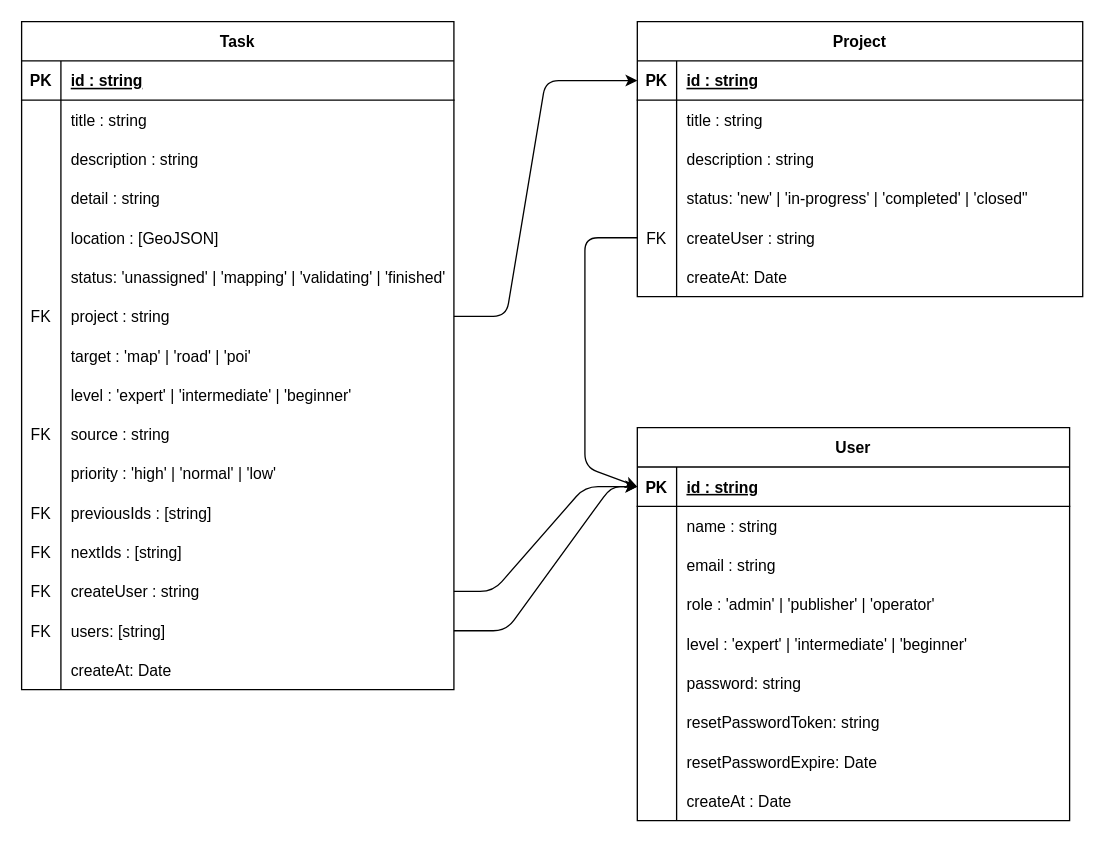
Before: doc/db-design.drawio in shomrkm/map-masking-manager, a draw.io diagram. Source tidied: cells renumbered, new cells numbered last; positions are measured from the earlier drawing's top-left corner, leaving out a move shared by most shapes. Both pictures are drawn from the tidied source at 131%, with x=0, y=0 at pixel (21, 21).
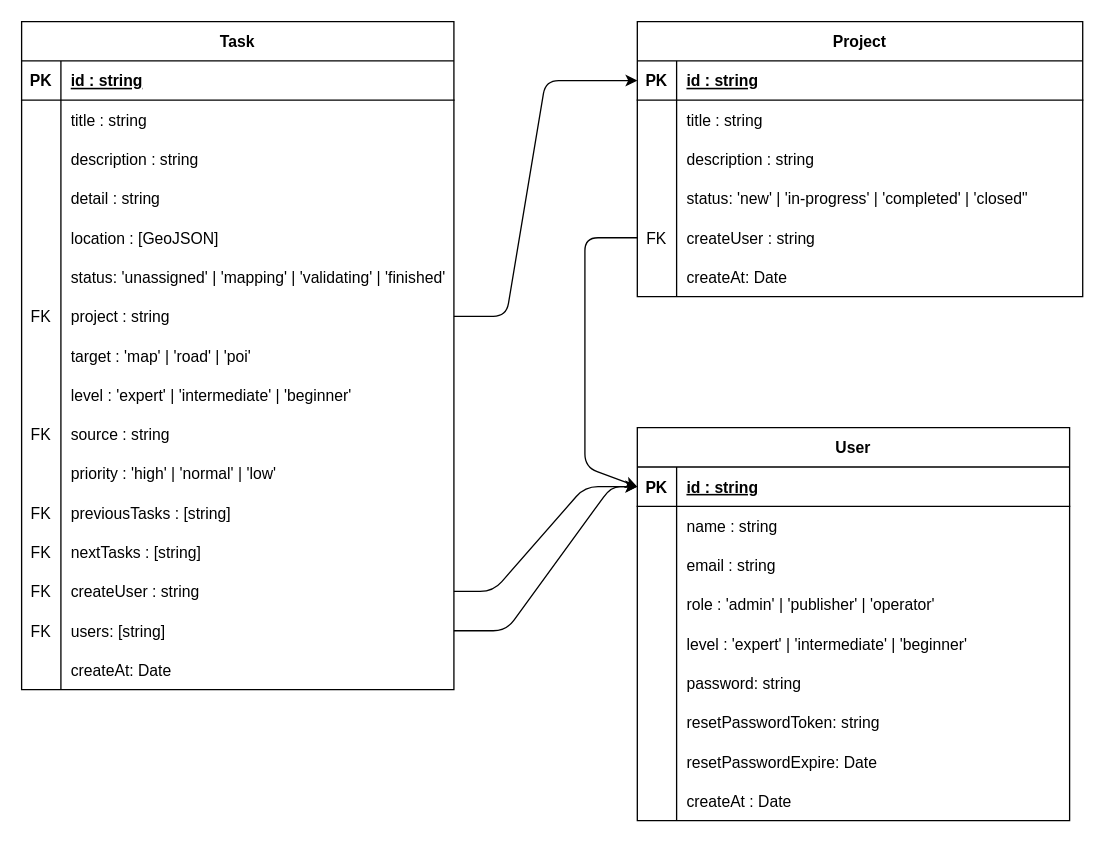
The same page after the edit.

Commit message (it also covers changes not shown here):
feat: Define Task Schema.

The change refers to these unchanged cells:
```xml
<mxCell id="36" style="shape=partialRectangle;fillColor=none;top=0;left=0;bottom=0;right=0;" parent="2" vertex="1">
  <mxGeometry y="360" width="330" height="30" as="geometry" />
</mxCell>
<mxCell id="39" style="shape=partialRectangle;fillColor=none;top=0;left=0;bottom=0;right=0;" parent="2" vertex="1">
  <mxGeometry y="390" width="330" height="30" as="geometry" />
</mxCell>
```

The edit, as a diff of the source:
```diff
@@
-    <mxCell id="38" value="previousIds : [string]" style="shape=partialRectangle;fillColor=none;top=0;left=0;bottom=0;right=0;align=left;spacingLeft=6;overflow=hidden;" parent="36" vertex="1">
+    <mxCell id="38" value="previousTasks : [string]" style="shape=partialRectangle;fillColor=none;top=0;left=0;bottom=0;right=0;align=left;spacingLeft=6;overflow=hidden;" parent="36" vertex="1">
       <mxGeometry x="30" width="300" height="30" as="geometry" />
     </mxCell>
@@
-    <mxCell id="41" value="nextIds : [string]" style="shape=partialRectangle;fillColor=none;top=0;left=0;bottom=0;right=0;align=left;spacingLeft=6;overflow=hidden;" parent="39" vertex="1">
+    <mxCell id="41" value="nextTasks : [string]" style="shape=partialRectangle;fillColor=none;top=0;left=0;bottom=0;right=0;align=left;spacingLeft=6;overflow=hidden;" parent="39" vertex="1">
       <mxGeometry x="30" width="300" height="30" as="geometry" />
     </mxCell>
```
